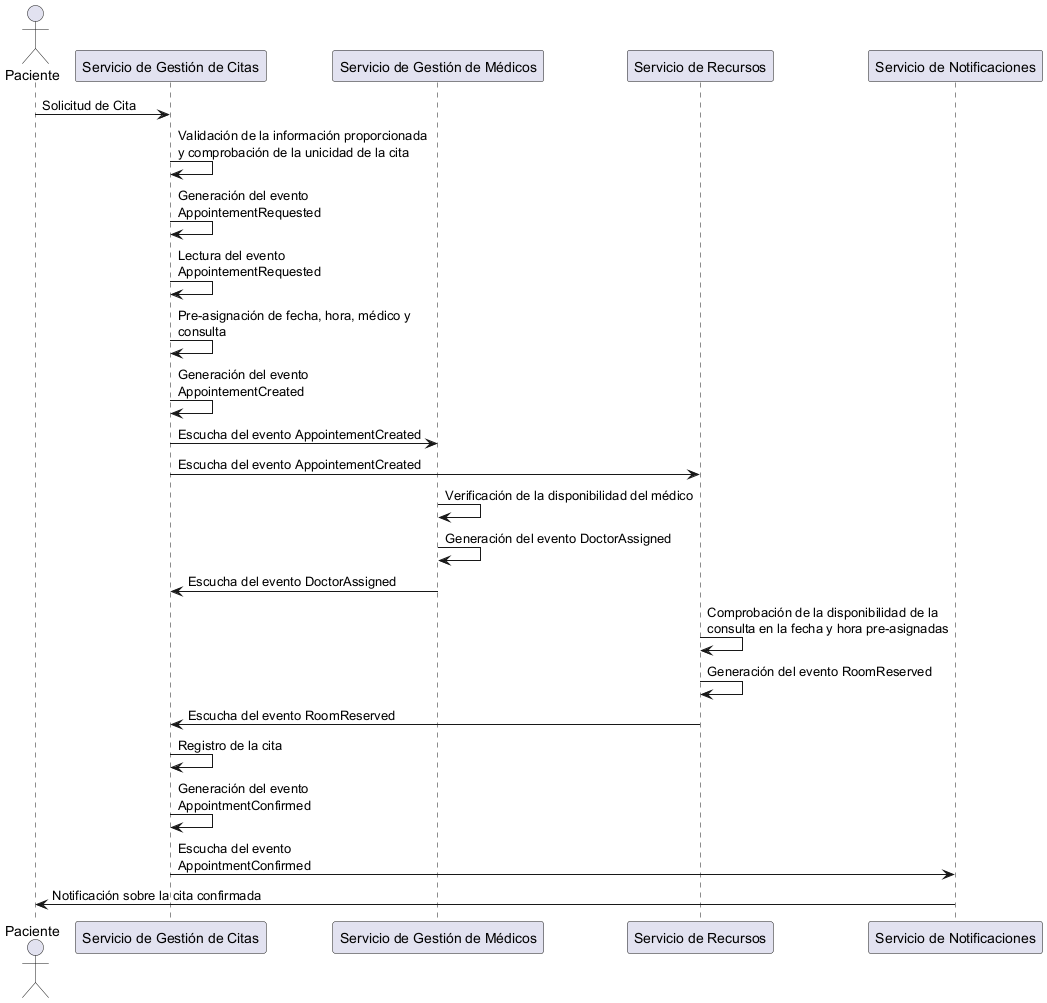
Earlier version of the PlantUML export Eventos/solicitudCita.png (jggomeztocino/SaludConecta). Its diagram source:
```plantuml
@startuml solicitudCita
skinparam linetype ortho

skinparam maxMessageSize 250

actor "Paciente" as Paciente

participant "Servicio de Gestión de Citas" as Citas
participant "Servicio de Gestión de Médicos" as Personal
participant "Servicio de Recursos" as Recursos
participant "Servicio de Notificaciones" as Notificaciones

Paciente -> Citas : Solicitud de Cita
Citas -> Citas : Validación de la información proporcionada y comprobación de la unicidad de la cita
Citas -> Citas : Generación del evento AppointementRequested

Citas -> Citas : Lectura del evento AppointementRequested
Citas -> Citas : Pre-asignación de fecha, hora, médico y consulta
Citas -> Citas : Generación del evento AppointementCreated

Personal <- Citas : Escucha del evento AppointementCreated
Recursos <- Citas : Escucha del evento AppointementCreated

Personal -> Personal : Verificación de la disponibilidad del médico
Personal -> Personal : Generación del evento DoctorAssigned
Citas <- Personal : Escucha del evento DoctorAssigned

Recursos -> Recursos : Comprobación de la disponibilidad de la consulta en la fecha y hora pre-asignadas
Recursos -> Recursos : Generación del evento RoomReserved
Citas <- Recursos : Escucha del evento RoomReserved

Citas -> Citas : Registro de la cita
Citas -> Citas : Generación del evento AppointmentConfirmed

Notificaciones <- Citas : Escucha del evento AppointmentConfirmed
Notificaciones -> Paciente : Notificación sobre la cita confirmada

@enduml
```
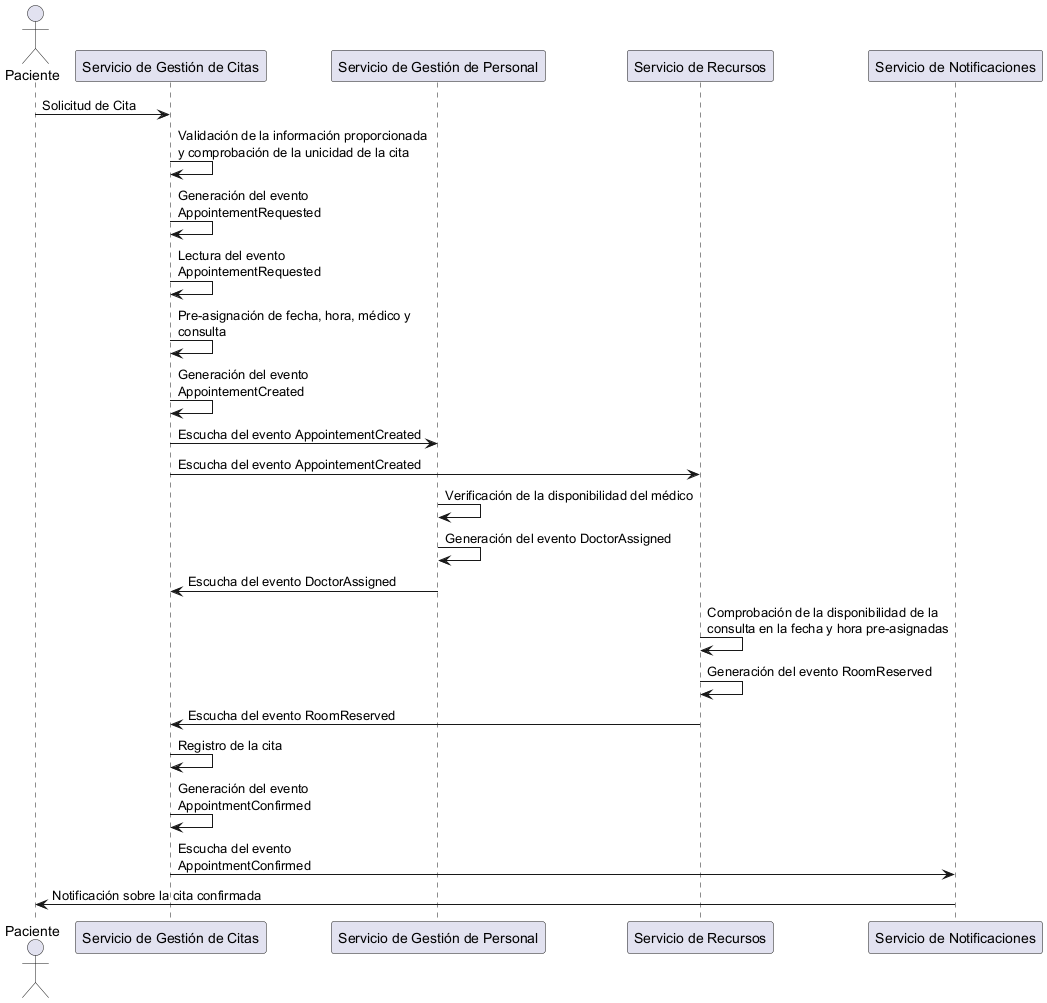
The same diagram one commit later.

Commit message:
example of event diagram design

What changed in the source:
```diff
@@ -6,7 +6,7 @@
 actor "Paciente" as Paciente
 
 participant "Servicio de Gestión de Citas" as Citas
-participant "Servicio de Gestión de Médicos" as Personal
+participant "Servicio de Gestión de Personal" as Personal
 participant "Servicio de Recursos" as Recursos
 participant "Servicio de Notificaciones" as Notificaciones
 
```
